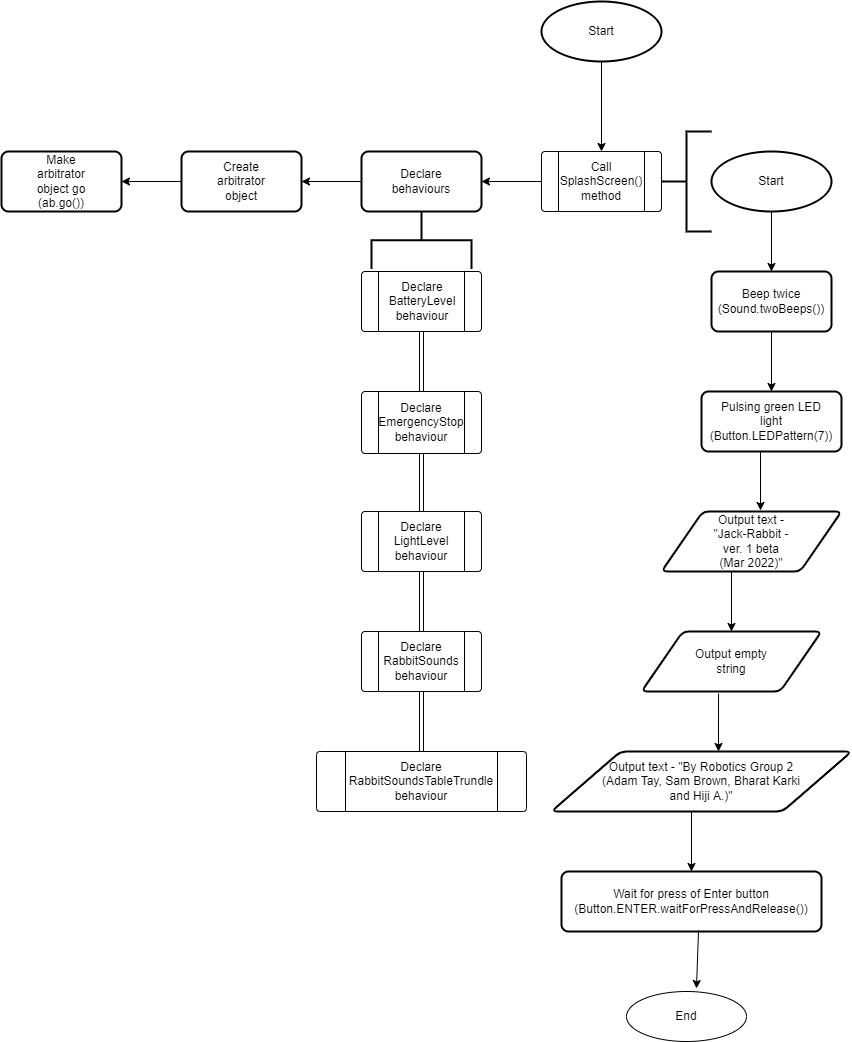
Before: Final submission/ControlFlow.png, a diagram exported from draw.io (XLmT09/Bunny-Robot). Source tidied: cells renumbered, new cells last; positions are measured from the earlier drawing's top-left corner, leaving out a move shared by most shapes.
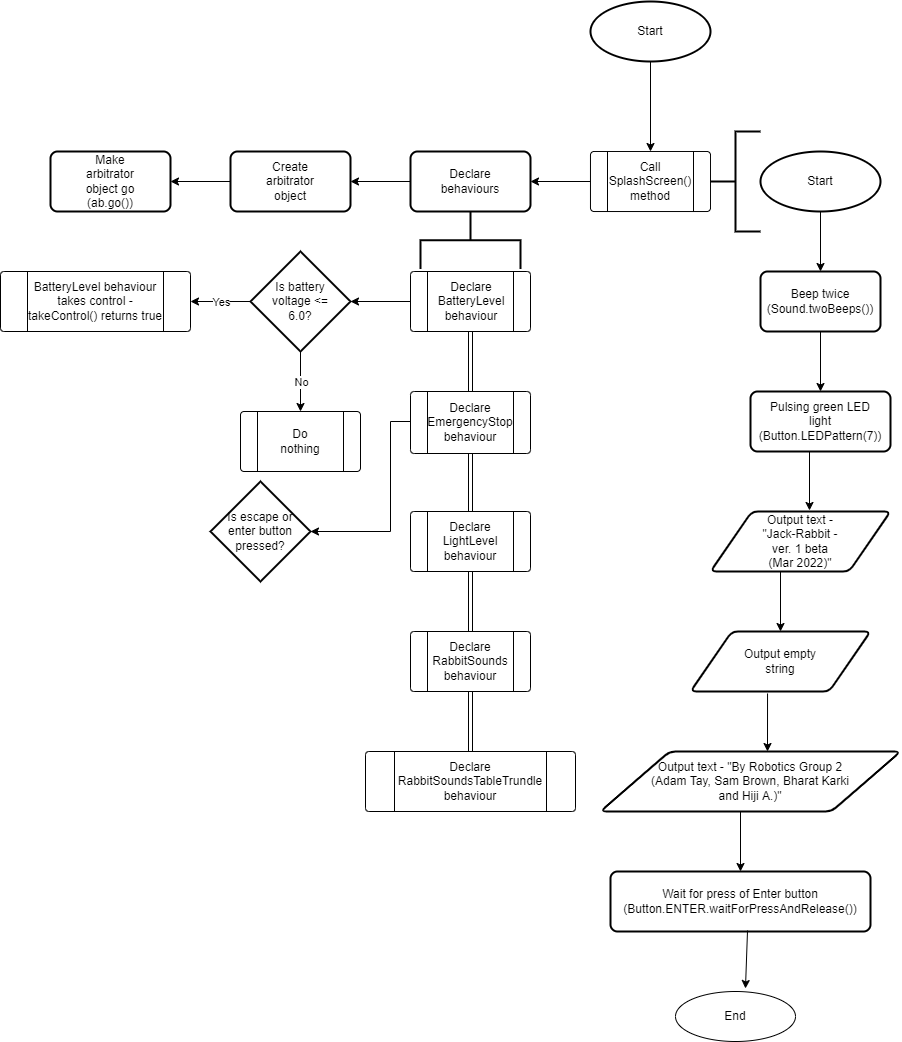
The same diagram one commit later.

Diff of the diagram source:
```diff
@@ -225,5 +225,70 @@
     <mxCell id="72" style="edgeStyle=none;shape=link;rounded=0;jettySize=auto;html=1;exitX=0.5;exitY=1;exitDx=0;exitDy=0;entryX=0.5;entryY=0;entryDx=0;entryDy=0;endArrow=open;sourcePerimeterSpacing=8;targetPerimeterSpacing=8;" parent="1" edge="1" source="69" target="53">
       <mxGeometry relative="1" as="geometry" />
     </mxCell>
+    <mxCell id="73" style="endArrow=classic;html=1;rounded=0;sourcePerimeterSpacing=8;targetPerimeterSpacing=8;entryX=1;entryY=0.5;entryDx=0;entryDy=0;entryPerimeter=0;exitX=0;exitY=0.5;exitDx=0;exitDy=0;" parent="1" edge="1" source="50" target="75">
+      <mxGeometry relative="1" as="geometry" />
+    </mxCell>
+    <mxCell id="74" style="group;" parent="1" vertex="1">
+      <mxGeometry x="200" y="250" width="100" height="100" as="geometry" />
+    </mxCell>
+    <mxCell id="75" style="strokeWidth=2;html=1;shape=mxgraph.flowchart.decision;whiteSpace=wrap;hachureGap=4;" parent="74" vertex="1">
+      <mxGeometry width="100" height="100" as="geometry" />
+    </mxCell>
+    <mxCell id="76" value="Is battery voltage &amp;lt;= 6.0?" style="text;strokeColor=none;fillColor=none;html=1;align=center;verticalAlign=middle;whiteSpace=wrap;rounded=0;hachureGap=4;" parent="74" vertex="1">
+      <mxGeometry x="20" y="35" width="60" height="30" as="geometry" />
+    </mxCell>
+    <mxCell id="77" style="endArrow=classic;html=1;rounded=0;sourcePerimeterSpacing=8;targetPerimeterSpacing=8;exitX=0.5;exitY=1;exitDx=0;exitDy=0;exitPerimeter=0;" parent="1" edge="1" source="75">
+      <mxGeometry relative="1" as="geometry">
+        <mxPoint x="250" y="410" as="targetPoint" />
+      </mxGeometry>
+    </mxCell>
+    <mxCell id="78" value="No" style="edgeLabel;html=1;align=center;verticalAlign=middle;hachureGap=4;" parent="77" vertex="1">
+      <mxGeometry relative="1" as="geometry" />
+    </mxCell>
+    <mxCell id="79" style="endArrow=classic;html=1;rounded=0;sourcePerimeterSpacing=8;targetPerimeterSpacing=8;exitX=0;exitY=0.5;exitDx=0;exitDy=0;exitPerimeter=0;" parent="1" edge="1" source="75">
+      <mxGeometry relative="1" as="geometry">
+        <mxPoint x="140" y="300" as="targetPoint" />
+      </mxGeometry>
+    </mxCell>
+    <mxCell id="80" value="Yes" style="edgeLabel;html=1;align=center;verticalAlign=middle;hachureGap=4;" parent="79" vertex="1">
+      <mxGeometry relative="1" as="geometry" />
+    </mxCell>
+    <mxCell id="81" style="group;" parent="1" vertex="1">
+      <mxGeometry x="-50" y="270" width="190" height="60" as="geometry" />
+    </mxCell>
+    <mxCell id="82" style="verticalLabelPosition=bottom;verticalAlign=top;html=1;shape=process;whiteSpace=wrap;rounded=1;size=0.14;arcSize=6;hachureGap=4;" parent="81" vertex="1">
+      <mxGeometry width="190" height="60" as="geometry" />
+    </mxCell>
+    <mxCell id="83" value="BatteryLevel behaviour takes control - takeControl() returns true" style="text;strokeColor=none;fillColor=none;html=1;align=center;verticalAlign=middle;whiteSpace=wrap;rounded=0;hachureGap=4;" parent="81" vertex="1">
+      <mxGeometry x="25" y="15" width="140" height="30" as="geometry" />
+    </mxCell>
+    <mxCell id="84" style="group;" parent="1" vertex="1">
+      <mxGeometry x="190" y="410" width="120" height="60" as="geometry" />
+    </mxCell>
+    <mxCell id="85" style="verticalLabelPosition=bottom;verticalAlign=top;html=1;shape=process;whiteSpace=wrap;rounded=1;size=0.14;arcSize=6;hachureGap=4;" parent="84" vertex="1">
+      <mxGeometry width="120" height="60" as="geometry" />
+    </mxCell>
+    <mxCell id="86" value="Do nothing" style="text;strokeColor=none;fillColor=none;html=1;align=center;verticalAlign=middle;whiteSpace=wrap;rounded=0;hachureGap=4;" parent="84" vertex="1">
+      <mxGeometry x="30" y="15" width="60" height="30" as="geometry" />
+    </mxCell>
+    <mxCell id="87" style="endArrow=classic;html=1;rounded=0;sourcePerimeterSpacing=8;targetPerimeterSpacing=8;" parent="1" edge="1">
+      <mxGeometry relative="1" as="geometry">
+        <mxPoint x="360" y="420" as="sourcePoint" />
+        <mxPoint x="260" y="530" as="targetPoint" />
+        <Array as="points">
+          <mxPoint x="340" y="420" />
+          <mxPoint x="340" y="530" />
+        </Array>
+      </mxGeometry>
+    </mxCell>
+    <mxCell id="88" style="group;" parent="1" vertex="1">
+      <mxGeometry x="160" y="480" width="100" height="100" as="geometry" />
+    </mxCell>
+    <mxCell id="89" style="strokeWidth=2;html=1;shape=mxgraph.flowchart.decision;whiteSpace=wrap;hachureGap=4;" parent="88" vertex="1">
+      <mxGeometry width="100" height="100" as="geometry" />
+    </mxCell>
+    <mxCell id="90" value="Is escape or enter button pressed?" style="text;strokeColor=none;fillColor=none;html=1;align=center;verticalAlign=middle;whiteSpace=wrap;rounded=0;hachureGap=4;" parent="88" vertex="1">
+      <mxGeometry x="15" y="37.5" width="70" height="25" as="geometry" />
+    </mxCell>
   </root>
 </mxGraphModel>
```
